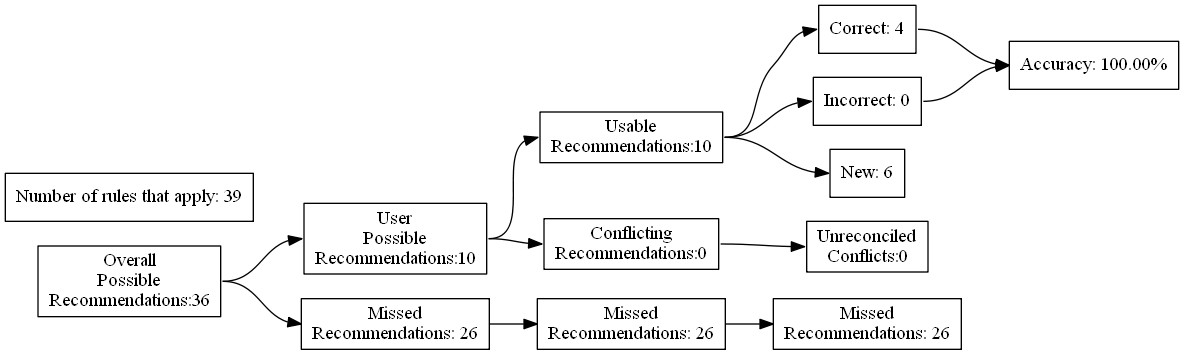
Earlier version of the Graphviz export test_renders/15.gv.png (ZaxR/ibd_diet_analysis). Its source is kept beside it as test_renders/15.gv. Its diagram source:
```dot
digraph {
	graph [rankdir=LR]
	node [pos=r shape=box]
	edge [headport=w tailport=e]
		A [label="Overall
Possible
Recommendations:36"]
		B [label="User
Possible
Recommendations:10"]
		C [label="Missed
Recommendations: 26"]
		D [label="Usable
Recommendations:10"]
		E [label="Conflicting
Recommendations:0"]
		J [label="Missed
Recommendations: 26"]
		M [label="Unreconciled
Conflicts:0"]
		F [label="Correct: 4"]
		G [label="Incorrect: 0"]
		H [label="New: 6"]
		K [label="Missed
Recommendations: 26"]
		I [label="Accuracy: 100.00%"]
		l [label="Number of rules that apply: 39"]
			A -> B
			A -> C
			B -> D
			B -> E
			D -> F
			D -> G
			D -> H
			F -> I
			G -> I
			C -> J
			J -> K
			E -> M
}
```
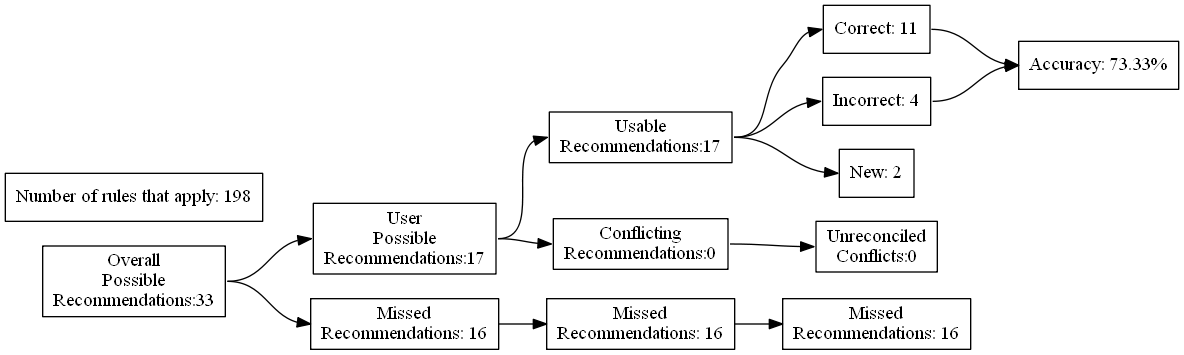
The same file after the commit.

The edit, as a diff of the source:
```diff
@@ -4,27 +4,27 @@
 	edge [headport=w tailport=e]
 		A [label="Overall
 Possible
-Recommendations:36"]
+Recommendations:33"]
 		B [label="User
 Possible
-Recommendations:10"]
+Recommendations:17"]
 		C [label="Missed
-Recommendations: 26"]
+Recommendations: 16"]
 		D [label="Usable
-Recommendations:10"]
+Recommendations:17"]
 		E [label="Conflicting
 Recommendations:0"]
 		J [label="Missed
-Recommendations: 26"]
+Recommendations: 16"]
 		M [label="Unreconciled
 Conflicts:0"]
-		F [label="Correct: 4"]
-		G [label="Incorrect: 0"]
-		H [label="New: 6"]
+		F [label="Correct: 11"]
+		G [label="Incorrect: 4"]
+		H [label="New: 2"]
 		K [label="Missed
-Recommendations: 26"]
-		I [label="Accuracy: 100.00%"]
-		l [label="Number of rules that apply: 39"]
+Recommendations: 16"]
+		I [label="Accuracy: 73.33%"]
+		l [label="Number of rules that apply: 198"]
 			A -> B
 			A -> C
 			B -> D
```
